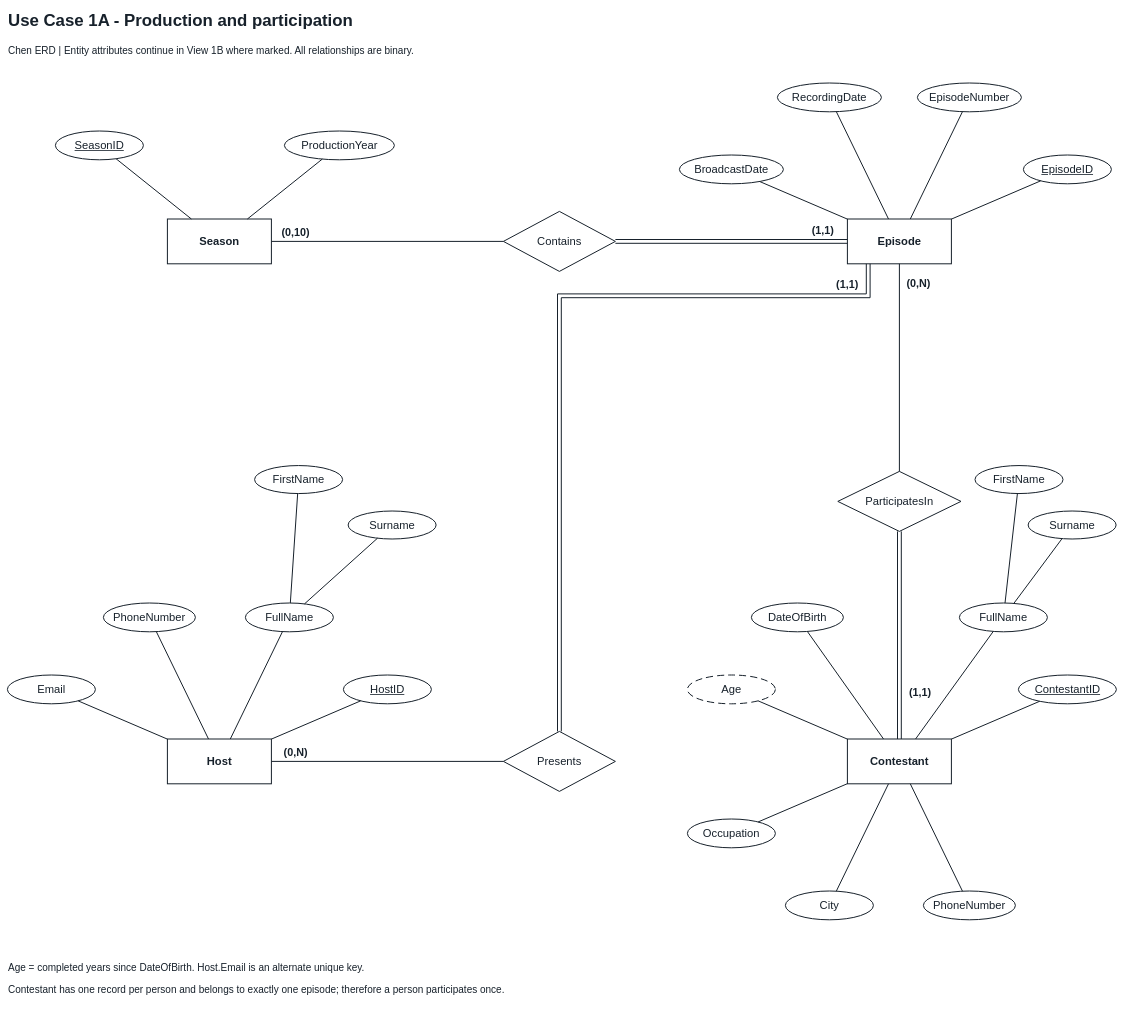
The draw.io diagram page "Use Case 1A - Production and participation" (1 of 8) of CNG351_Assignment1_Chen +gpt.drawio in Osmanita/cng-351-project-1, before the edit. Source tidied: cells renumbered, new cells numbered last; positions are measured from the earlier drawing's top-left corner, leaving out a move shared by most shapes. Both pictures are drawn from the tidied source at 40%, with x=0, y=0 at pixel (7, 7).
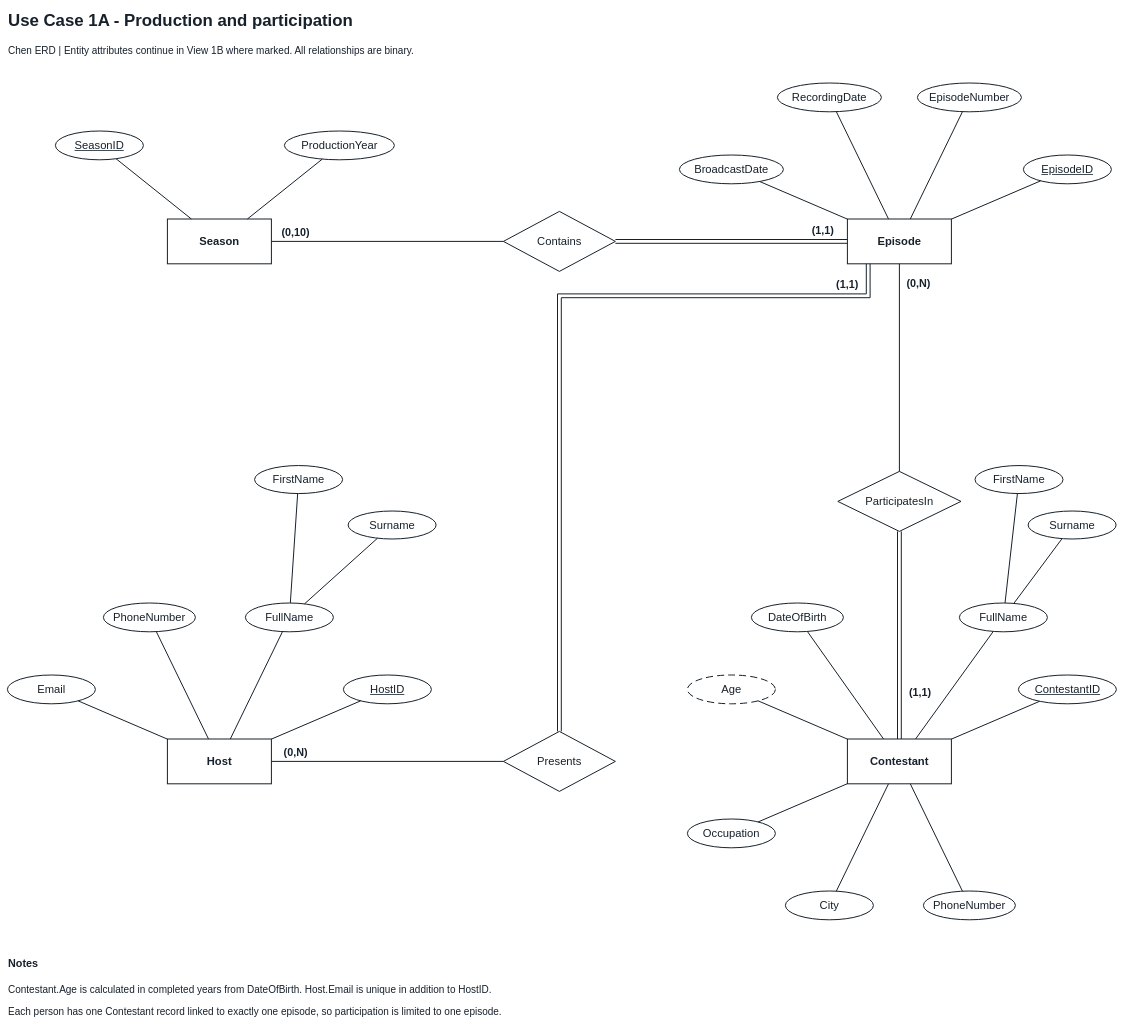
After the change.

Commit message (it also covers changes not shown here):
Replace canonical gpt report and diagrams with final notes revision

Change to the diagram source:
```diff
@@
-    <mxCell id="59" value="Age = completed years since DateOfBirth. Host.Email is an alternate unique key." style="text;html=0;whiteSpace=wrap;overflow=hidden;align=left;verticalAlign=middle;fillColor=#ffffff;strokeColor=none;fontColor=#17212b;fontFamily=Arial;fontSize=25;" parent="1" vertex="1">
-      <mxGeometry y="2372" width="2773" height="55" as="geometry" />
+    <mxCell id="59" value="Contestant.Age is calculated in completed years from DateOfBirth. Host.Email is unique in addition to HostID." style="text;html=0;whiteSpace=wrap;overflow=hidden;align=left;verticalAlign=middle;fillColor=#ffffff;strokeColor=none;fontColor=#17212b;fontFamily=Arial;fontSize=25;" parent="1" vertex="1">
+      <mxGeometry y="2427" width="2773" height="55" as="geometry" />
     </mxCell>
-    <mxCell id="60" value="Contestant has one record per person and belongs to exactly one episode; therefore a person participates once." style="text;html=0;whiteSpace=wrap;overflow=hidden;align=left;verticalAlign=middle;fillColor=#ffffff;strokeColor=none;fontColor=#17212b;fontFamily=Arial;fontSize=25;" parent="1" vertex="1">
-      <mxGeometry y="2427" width="2773" height="55" as="geometry" />
+    <mxCell id="60" value="Each person has one Contestant record linked to exactly one episode, so participation is limited to one episode." style="text;html=0;whiteSpace=wrap;overflow=hidden;align=left;verticalAlign=middle;fillColor=#ffffff;strokeColor=none;fontColor=#17212b;fontFamily=Arial;fontSize=25;" parent="1" vertex="1">
+      <mxGeometry y="2482" width="2773" height="55" as="geometry" />
     </mxCell>
+    <mxCell id="61" value="Notes" style="text;html=0;whiteSpace=wrap;overflow=hidden;align=left;verticalAlign=middle;fillColor=#ffffff;strokeColor=none;fontColor=#17212b;fontFamily=Arial;fontSize=27;fontStyle=1;" parent="1" vertex="1">
+      <mxGeometry y="2372" width="2773" height="40" as="geometry" />
+    </mxCell>
```
